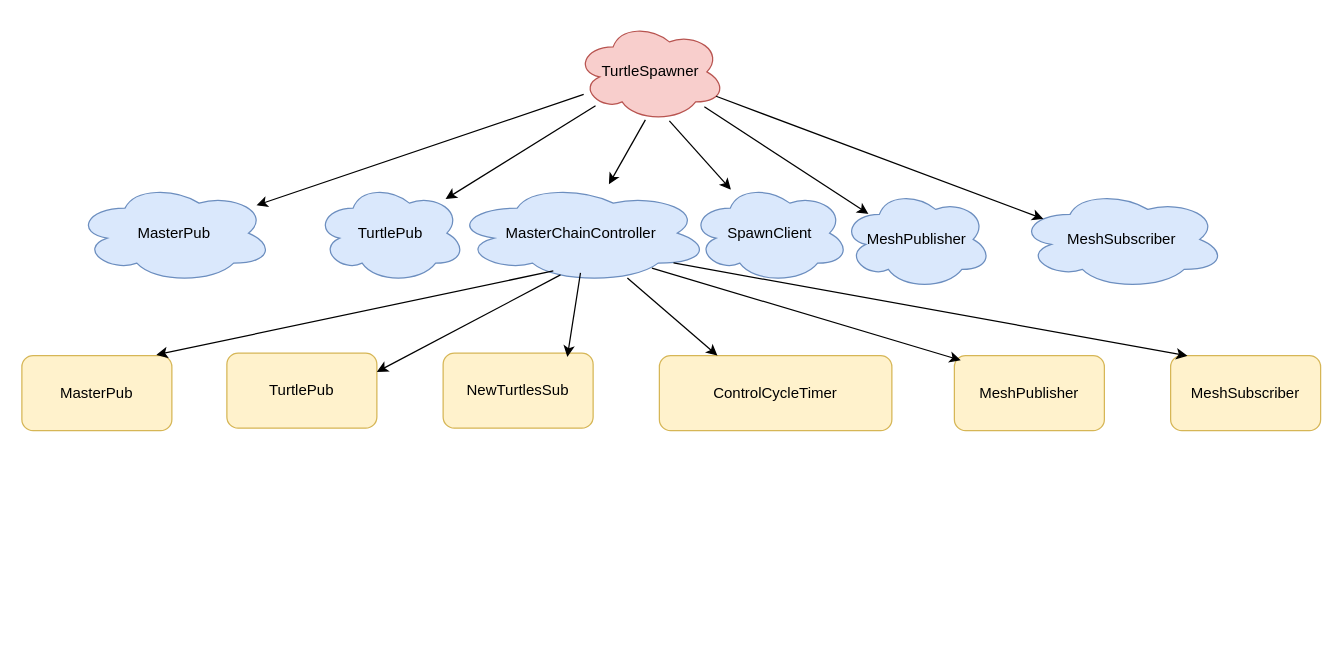
Before: 机器人-乌龟通信图.drawio in BZtiangou/drawio, a draw.io diagram. Source tidied: cells renumbered, new cells numbered last; positions are measured from the earlier drawing's top-left corner, leaving out a move shared by most shapes. Both pictures are drawn from the tidied source at 125%, with x=0, y=0 at pixel (21, 21).
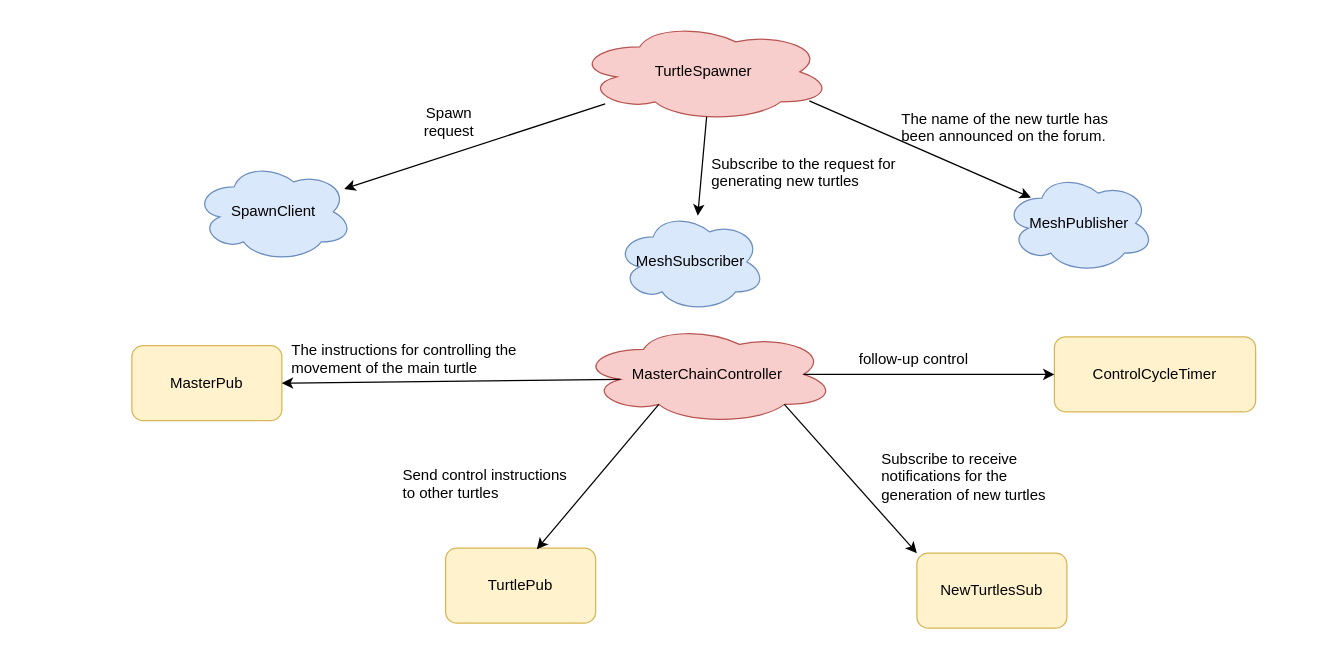
Above is the later version.

Commit message:
更新机器人-乌龟通信图.drawio

What changed in the source:
```diff
@@
-    <mxCell id="2" value="MasterChainController" style="ellipse;shape=cloud;whiteSpace=wrap;html=1;fillColor=#dae8fc;strokeColor=#6c8ebf;" parent="1" vertex="1">
-      <mxGeometry x="345" y="129" width="205" height="80" as="geometry" />
+    <mxCell id="2" value="MasterChainController" style="ellipse;shape=cloud;whiteSpace=wrap;html=1;fillColor=#f8cecc;strokeColor=#b85450;" parent="1" vertex="1">
+      <mxGeometry x="446" y="242" width="205" height="80" as="geometry" />
     </mxCell>
-    <mxCell id="3" value="MasterPub" style="ellipse;shape=cloud;whiteSpace=wrap;html=1;fillColor=#dae8fc;strokeColor=#6c8ebf;" parent="1" vertex="1">
-      <mxGeometry x="43" y="129" width="158" height="80" as="geometry" />
-    </mxCell>
     <mxCell id="4" value="TurtleSpawner" style="ellipse;shape=cloud;whiteSpace=wrap;html=1;fillColor=#f8cecc;strokeColor=#b85450;" parent="1" vertex="1">
-      <mxGeometry x="443" width="120" height="80" as="geometry" />
+      <mxGeometry x="443" width="205" height="80" as="geometry" />
     </mxCell>
-    <mxCell id="5" value="TurtlePub" style="ellipse;shape=cloud;whiteSpace=wrap;html=1;fillColor=#dae8fc;strokeColor=#6c8ebf;" parent="1" vertex="1">
-      <mxGeometry x="235" y="129" width="120" height="80" as="geometry" />
-    </mxCell>
     <mxCell id="6" value="MasterPub" style="rounded=1;whiteSpace=wrap;html=1;fillColor=#fff2cc;strokeColor=#d6b656;" parent="1" vertex="1">
-      <mxGeometry y="267" width="120" height="60" as="geometry" />
+      <mxGeometry x="88" y="259" width="120" height="60" as="geometry" />
     </mxCell>
     <mxCell id="7" value="NewTurtlesSub" style="rounded=1;whiteSpace=wrap;html=1;fillColor=#fff2cc;strokeColor=#d6b656;" parent="1" vertex="1">
-      <mxGeometry x="337" y="265" width="120" height="60" as="geometry" />
+      <mxGeometry x="716" y="425" width="120" height="60" as="geometry" />
     </mxCell>
     <mxCell id="8" value="TurtlePub" style="rounded=1;whiteSpace=wrap;html=1;fillColor=#fff2cc;strokeColor=#d6b656;" parent="1" vertex="1">
-      <mxGeometry x="164" y="265" width="120" height="60" as="geometry" />
+      <mxGeometry x="339" y="421" width="120" height="60" as="geometry" />
     </mxCell>
     <mxCell id="9" value="&lt;span style=&quot;text-align: left;&quot;&gt;ControlCycleTimer&lt;/span&gt;" style="rounded=1;whiteSpace=wrap;html=1;fillColor=#fff2cc;strokeColor=#d6b656;" parent="1" vertex="1">
-      <mxGeometry x="510" y="267" width="186" height="60" as="geometry" />
+      <mxGeometry x="826" y="252" width="161" height="60" as="geometry" />
     </mxCell>
     <mxCell id="10" value="&lt;span style=&quot;text-align: left;&quot;&gt;SpawnClient&lt;/span&gt;" style="ellipse;shape=cloud;whiteSpace=wrap;html=1;fillColor=#dae8fc;strokeColor=#6c8ebf;" parent="1" vertex="1">
-      <mxGeometry x="535" y="129" width="127" height="80" as="geometry" />
+      <mxGeometry x="138" y="112" width="127" height="80" as="geometry" />
     </mxCell>
     <mxCell id="11" value="MeshPublisher" style="ellipse;shape=cloud;whiteSpace=wrap;html=1;fillColor=#dae8fc;strokeColor=#6c8ebf;" parent="1" vertex="1">
-      <mxGeometry x="656" y="134" width="120" height="80" as="geometry" />
+      <mxGeometry x="786" y="121" width="120" height="80" as="geometry" />
     </mxCell>
-    <mxCell id="12" value="MeshSubscriber" style="ellipse;shape=cloud;whiteSpace=wrap;html=1;fillColor=#dae8fc;strokeColor=#6c8ebf;" parent="1" vertex="1">
-      <mxGeometry x="797" y="134" width="166" height="80" as="geometry" />
-    </mxCell>
-    <mxCell id="13" value="MeshPublisher" style="rounded=1;whiteSpace=wrap;html=1;fillColor=#fff2cc;strokeColor=#d6b656;" parent="1" vertex="1">
-      <mxGeometry x="746" y="267" width="120" height="60" as="geometry" />
-    </mxCell>
-    <mxCell id="14" value="MeshSubscriber" style="rounded=1;whiteSpace=wrap;html=1;fillColor=#fff2cc;strokeColor=#d6b656;" parent="1" vertex="1">
-      <mxGeometry x="919" y="267" width="120" height="60" as="geometry" />
-    </mxCell>
-    <mxCell id="15" style="endArrow=classic;html=1;rounded=0;" parent="1" edge="1" source="4" target="5">
-      <mxGeometry relative="1" as="geometry" />
-    </mxCell>
-    <mxCell id="16" style="endArrow=classic;html=1;rounded=0;" parent="1" edge="1" source="4" target="3">
-      <mxGeometry relative="1" as="geometry" />
-    </mxCell>
-    <mxCell id="17" style="endArrow=classic;html=1;rounded=0;exitX=0.465;exitY=0.98;exitDx=0;exitDy=0;exitPerimeter=0;" parent="1" edge="1" source="4" target="2">
-      <mxGeometry relative="1" as="geometry" />
-    </mxCell>
-    <mxCell id="18" style="endArrow=classic;html=1;rounded=0;exitX=0.625;exitY=0.99;exitDx=0;exitDy=0;exitPerimeter=0;" parent="1" edge="1" source="4" target="10">
+    <mxCell id="18" style="endArrow=classic;html=1;rounded=0;" parent="1" edge="1" source="4" target="10">
       <mxGeometry relative="1" as="geometry" />
     </mxCell>
-    <mxCell id="19" style="endArrow=classic;html=1;rounded=0;entryX=0.177;entryY=0.245;entryDx=0;entryDy=0;entryPerimeter=0;" parent="1" edge="1" source="4" target="11">
+    <mxCell id="19" style="endArrow=classic;html=1;rounded=0;entryX=0.177;entryY=0.245;entryDx=0;entryDy=0;entryPerimeter=0;exitX=0.912;exitY=0.79;exitDx=0;exitDy=0;exitPerimeter=0;" parent="1" edge="1" source="4" target="11">
       <mxGeometry relative="1" as="geometry" />
     </mxCell>
-    <mxCell id="20" style="endArrow=classic;html=1;rounded=0;entryX=0.122;entryY=0.295;entryDx=0;entryDy=0;entryPerimeter=0;" parent="1" edge="1" source="4" target="12">
-      <mxGeometry relative="1" as="geometry" />
-    </mxCell>
-    <mxCell id="21" style="endArrow=classic;html=1;rounded=0;exitX=0.391;exitY=0.878;exitDx=0;exitDy=0;exitPerimeter=0;entryX=0.897;entryY=-0.01;entryDx=0;entryDy=0;entryPerimeter=0;" parent="1" edge="1" source="2" target="6">
+    <mxCell id="21" style="endArrow=classic;html=1;rounded=0;exitX=0.16;exitY=0.55;exitDx=0;exitDy=0;exitPerimeter=0;entryX=1;entryY=0.5;entryDx=0;entryDy=0;" parent="1" edge="1" source="2" target="6">
       <mxGeometry relative="1" as="geometry" />
     </mxCell>
-    <mxCell id="22" style="endArrow=classic;html=1;rounded=0;exitX=0.419;exitY=0.918;exitDx=0;exitDy=0;exitPerimeter=0;entryX=1;entryY=0.25;entryDx=0;entryDy=0;" parent="1" edge="1" source="2" target="8">
-      <mxGeometry relative="1" as="geometry" />
-    </mxCell>
-    <mxCell id="23" style="endArrow=classic;html=1;rounded=0;exitX=0.497;exitY=0.898;exitDx=0;exitDy=0;exitPerimeter=0;entryX=0.828;entryY=0.05;entryDx=0;entryDy=0;entryPerimeter=0;" parent="1" edge="1" source="2" target="7">
+    <mxCell id="23" style="endArrow=classic;html=1;rounded=0;entryX=0;entryY=0;entryDx=0;entryDy=0;exitX=0.8;exitY=0.8;exitDx=0;exitDy=0;exitPerimeter=0;" parent="1" edge="1" source="2" target="7">
       <mxGeometry relative="1" as="geometry" />
     </mxCell>
-    <mxCell id="24" style="endArrow=classic;html=1;rounded=0;exitX=0.68;exitY=0.948;exitDx=0;exitDy=0;exitPerimeter=0;entryX=0.25;entryY=0;entryDx=0;entryDy=0;" parent="1" edge="1" source="2" target="9">
+    <mxCell id="24" style="endArrow=classic;html=1;rounded=0;exitX=0.875;exitY=0.5;exitDx=0;exitDy=0;exitPerimeter=0;entryX=0;entryY=0.5;entryDx=0;entryDy=0;" parent="1" edge="1" source="2" target="9">
       <mxGeometry relative="1" as="geometry" />
     </mxCell>
-    <mxCell id="25" style="endArrow=classic;html=1;rounded=0;entryX=0.25;entryY=0;entryDx=0;entryDy=0;" parent="1" edge="1">
-      <mxGeometry relative="1" as="geometry">
-        <mxPoint x="504" y="197" as="sourcePoint" />
-        <mxPoint x="751.1" y="270.7" as="targetPoint" />
-      </mxGeometry>
-    </mxCell>
-    <mxCell id="26" style="endArrow=classic;html=1;rounded=0;exitX=0.86;exitY=0.798;exitDx=0;exitDy=0;exitPerimeter=0;entryX=0.112;entryY=0.003;entryDx=0;entryDy=0;entryPerimeter=0;" parent="1" edge="1" source="2" target="14">
-      <mxGeometry relative="1" as="geometry" />
-    </mxCell>
+    <mxCell id="27" value="Spawn request" style="text;html=1;align=center;verticalAlign=middle;whiteSpace=wrap;rounded=0;" parent="1" vertex="1">
+      <mxGeometry x="312" y="65" width="60" height="30" as="geometry" />
+    </mxCell>
+    <mxCell id="28" value="The name of the new turtle has &#10;been announced on the forum." style="text;whiteSpace=wrap;" parent="1" vertex="1">
+      <mxGeometry x="702.3" y="64" width="171" height="36" as="geometry" />
+    </mxCell>
+    <mxCell id="12" value="MeshSubscriber" style="ellipse;shape=cloud;whiteSpace=wrap;html=1;fillColor=#dae8fc;strokeColor=#6c8ebf;" parent="1" vertex="1">
+      <mxGeometry x="475" y="152" width="120" height="80" as="geometry" />
+    </mxCell>
+    <mxCell id="29" style="endArrow=classic;html=1;rounded=0;exitX=0.55;exitY=0.95;exitDx=0;exitDy=0;exitPerimeter=0;" parent="1" edge="1">
+      <mxGeometry relative="1" as="geometry">
+        <mxPoint x="547.8" y="75.9" as="sourcePoint" />
+        <mxPoint x="540.7" y="155" as="targetPoint" />
+      </mxGeometry>
+    </mxCell>
+    <mxCell id="30" value="Subscribe to the request for generating new turtles" style="text;whiteSpace=wrap;" parent="1" vertex="1">
+      <mxGeometry x="550" y="100" width="152.3" height="36" as="geometry" />
+    </mxCell>
+    <mxCell id="31" value="The instructions for controlling the movement of the main turtle" style="text;whiteSpace=wrap;" parent="1" vertex="1">
+      <mxGeometry x="214" y="249" width="183.5" height="36" as="geometry" />
+    </mxCell>
+    <mxCell id="22" style="endArrow=classic;html=1;rounded=0;exitX=0.31;exitY=0.8;exitDx=0;exitDy=0;exitPerimeter=0;entryX=0.608;entryY=0.015;entryDx=0;entryDy=0;entryPerimeter=0;" parent="1" edge="1" source="2" target="8">
+      <mxGeometry relative="1" as="geometry" />
+    </mxCell>
+    <mxCell id="32" value="Send control instructions to other turtles" style="text;whiteSpace=wrap;" parent="1" vertex="1">
+      <mxGeometry x="302.5" y="349" width="143.5" height="36" as="geometry" />
+    </mxCell>
+    <mxCell id="33" value="Subscribe to receive notifications for the generation of new turtles" style="text;whiteSpace=wrap;" parent="1" vertex="1">
+      <mxGeometry x="686" y="336" width="142.7" height="36" as="geometry" />
+    </mxCell>
+    <mxCell id="34" value="follow-up control" style="text;whiteSpace=wrap;" parent="1" vertex="1">
+      <mxGeometry x="668" y="256" width="115" height="36" as="geometry" />
+    </mxCell>
```
